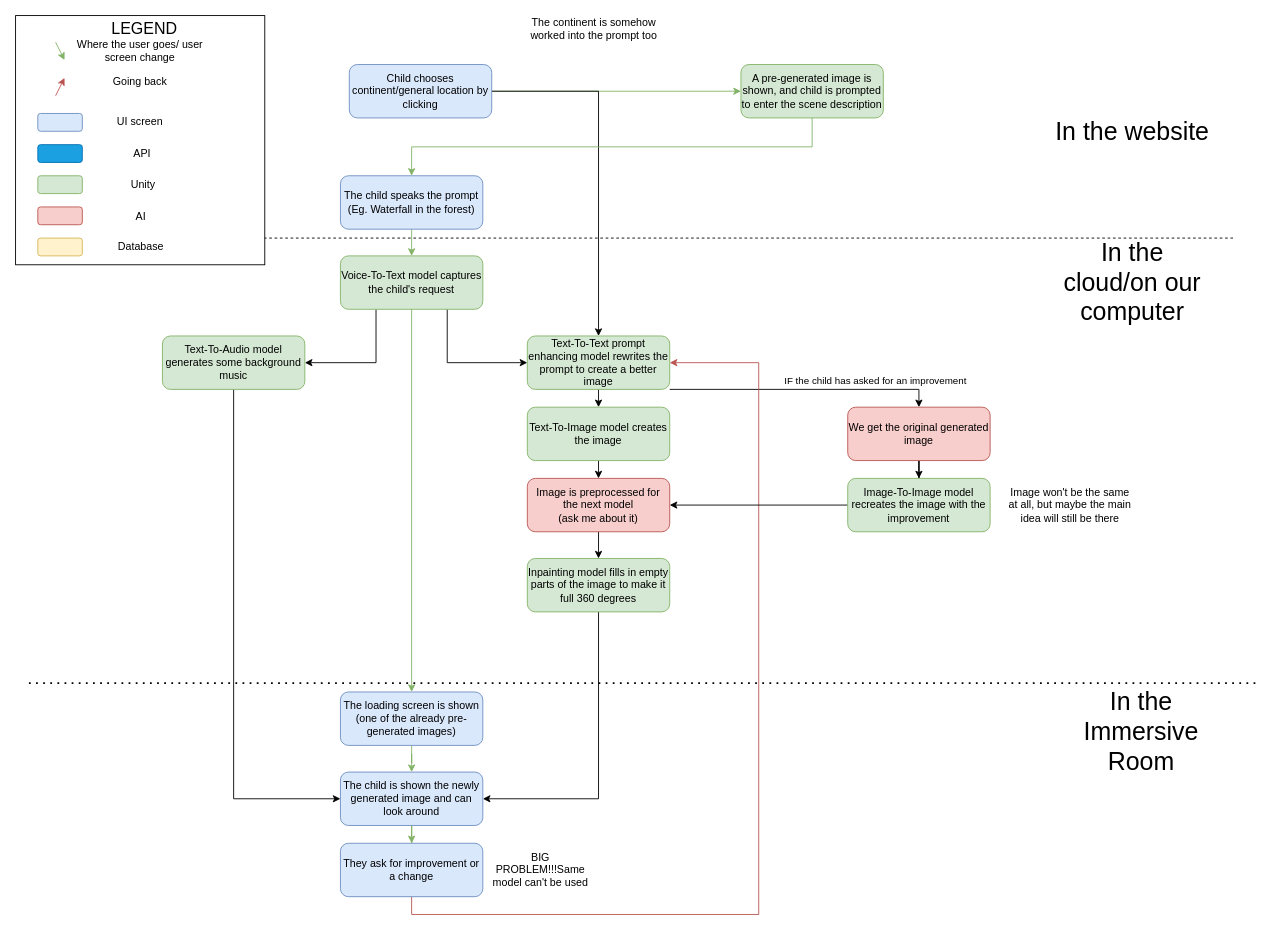
Above: ATVARS_Team_Project.drawio in IsabelleDesle/VirtualGlobeTrotter (draw.io), before the change. Source tidied: cells renumbered, new cells numbered last; positions are measured from the earlier drawing's top-left corner, leaving out a move shared by most shapes. Both pictures are drawn from the tidied source at 89%, with x=0, y=0 at pixel (15, 15).
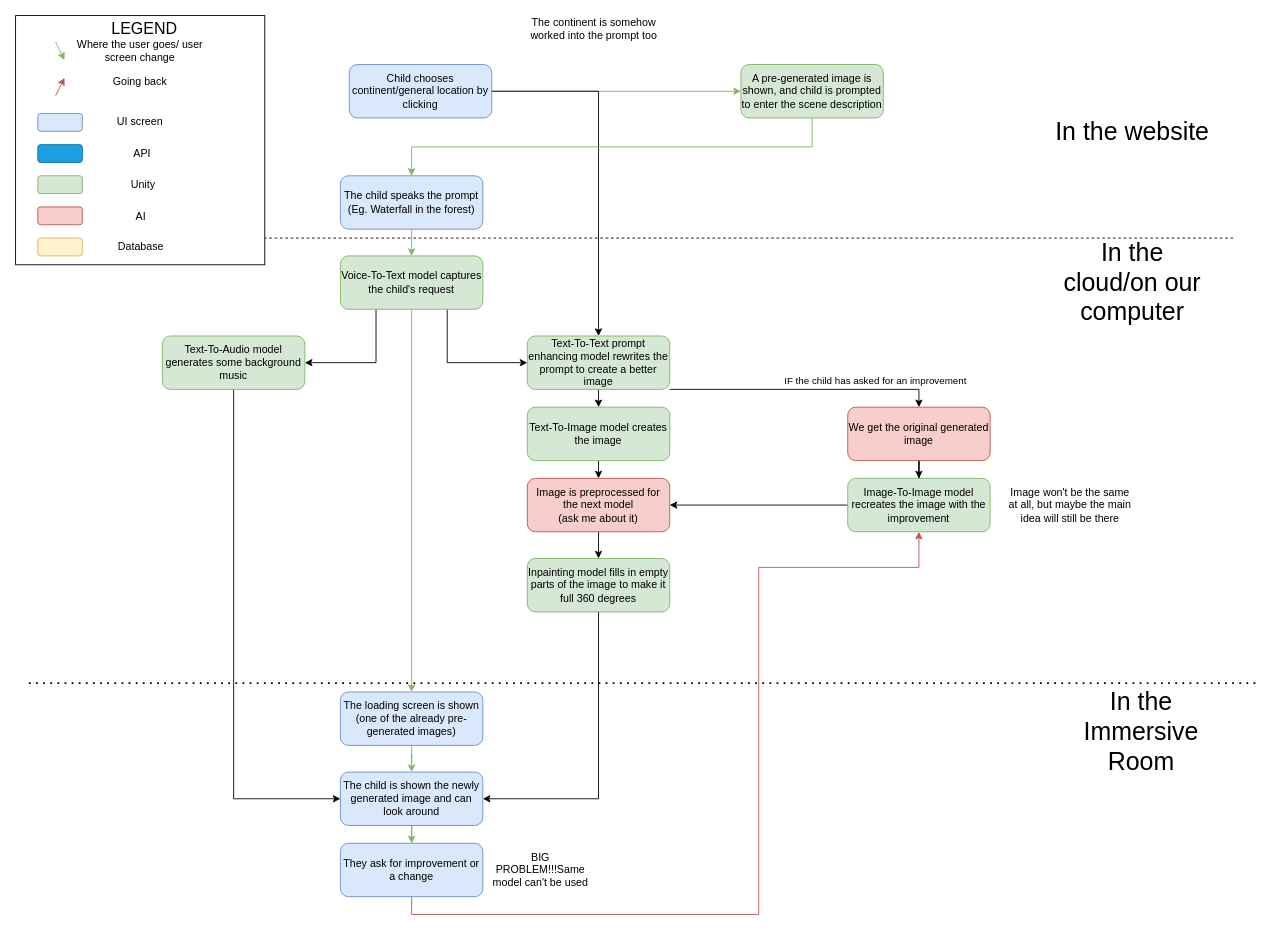
The same page after the edit.

Commit message:
Modified so that improvements on an image go straight to image-to-image model

The change refers to these unchanged cells:
```xml
<mxCell id="18" value="Text-To-Text prompt enhancing model rewrites the prompt to create a better image" style="rounded=1;whiteSpace=wrap;html=1;fillColor=#d5e8d4;strokeColor=#82b366;" parent="1" vertex="1">
  <mxGeometry x="575" y="360" width="160" height="60" as="geometry" />
</mxCell>
<mxCell id="35" value="They ask for improvement or a change" style="rounded=1;whiteSpace=wrap;html=1;fillColor=#dae8fc;strokeColor=#6c8ebf;" parent="1" vertex="1">
  <mxGeometry x="365" y="930" width="160" height="60" as="geometry" />
</mxCell>
<mxCell id="40" value="&lt;div&gt;Image-To-Image model recreates the image with the improvement&lt;/div&gt;" style="rounded=1;whiteSpace=wrap;html=1;fillColor=#d5e8d4;strokeColor=#82b366;" parent="1" vertex="1">
  <mxGeometry x="935" y="520" width="160" height="60" as="geometry" />
</mxCell>
```

Change to the diagram source:
```diff
@@
-    <mxCell id="34" style="edgeStyle=orthogonalEdgeStyle;rounded=0;jettySize=auto;html=1;exitX=0.5;exitY=1;exitDx=0;exitDy=0;entryX=1;entryY=0.5;entryDx=0;entryDy=0;fillColor=#f8cecc;strokeColor=#b85450;" parent="1" edge="1" source="35" target="18">
+    <mxCell id="34" style="edgeStyle=orthogonalEdgeStyle;rounded=0;jettySize=auto;html=1;exitX=0.5;exitY=1;exitDx=0;exitDy=0;entryX=0.5;entryY=1;entryDx=0;entryDy=0;fillColor=#f8cecc;strokeColor=#b85450;" parent="1" edge="1" source="35" target="40">
       <mxGeometry relative="1" as="geometry">
         <Array as="points">
           <mxPoint x="445" y="1010" />
           <mxPoint x="835" y="1010" />
-          <mxPoint x="835" y="390" />
+          <mxPoint x="835" y="620" />
+          <mxPoint x="1015" y="620" />
         </Array>
       </mxGeometry>
     </mxCell>
```
